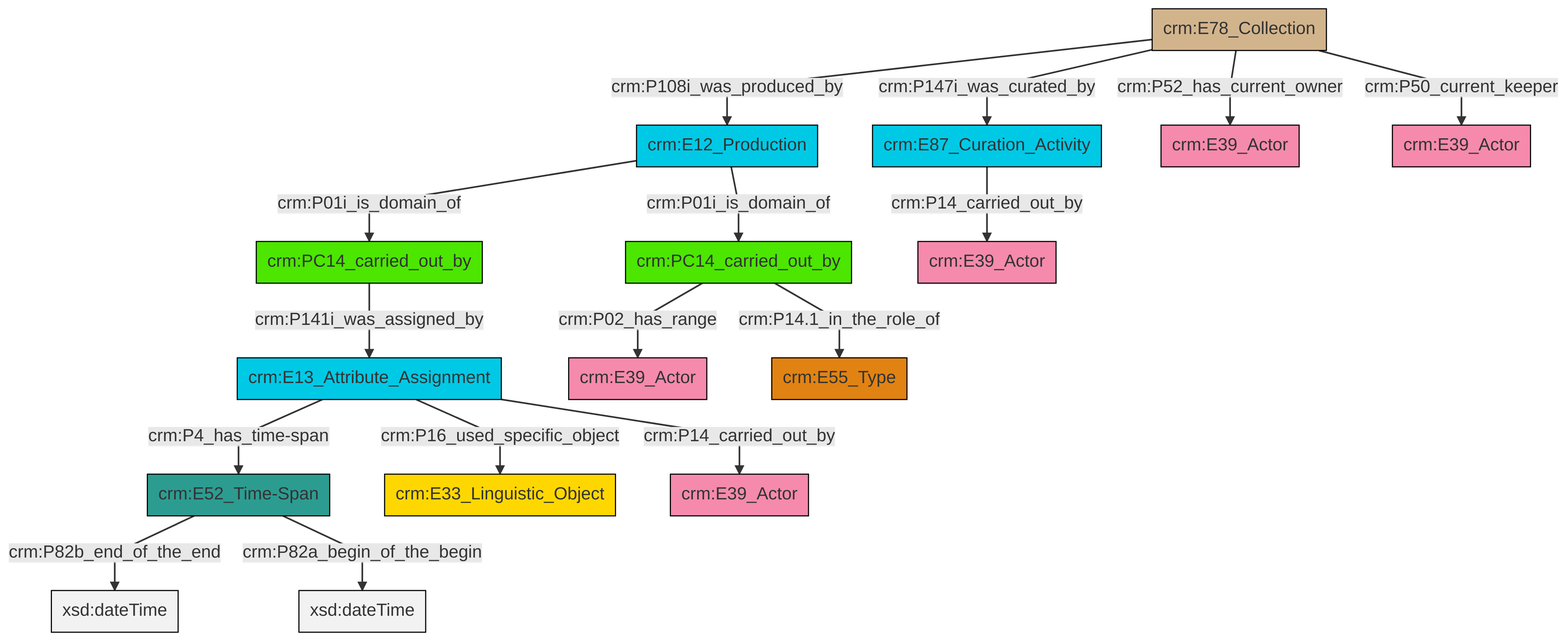
This is et/archivalCSV/ttl/mmd/png/archival_relation.png from swiss-art-research-net/docs.swissartresearch, a Mermaid export, as it was before one commit. Its source is kept beside it as et/archivalCSV/ttl/mmd/archival_relation.ttl.mmd.
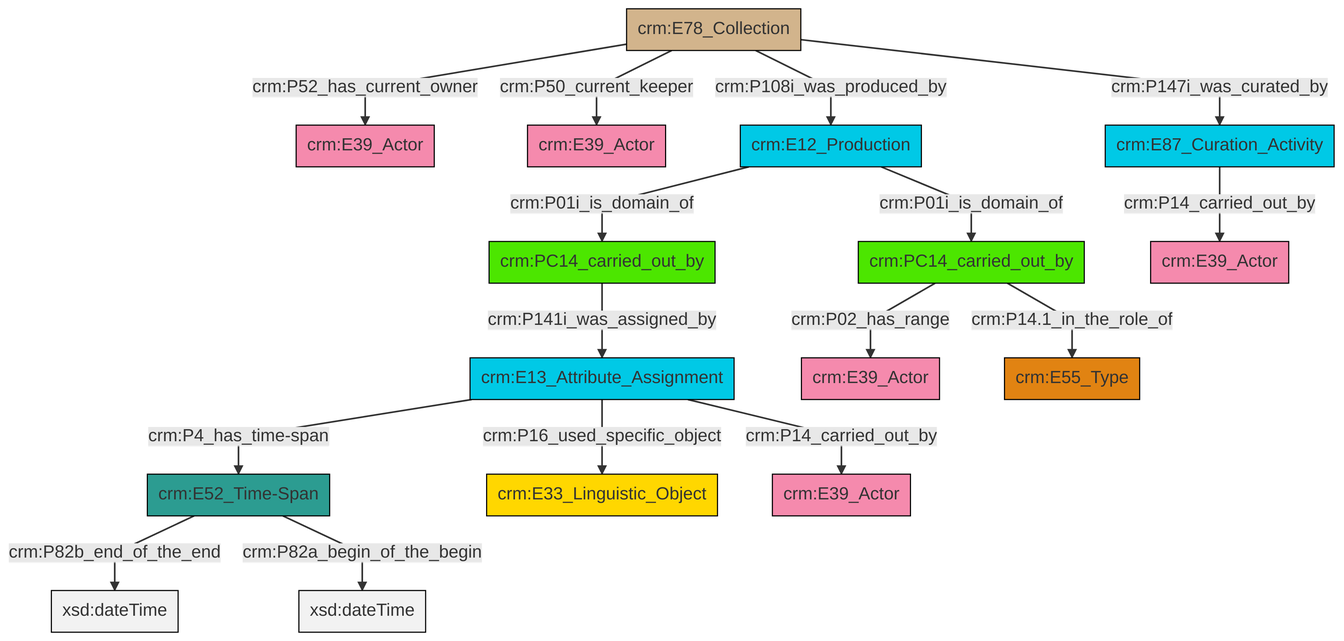
The same diagram one commit later.

Change to the diagram source:
```diff
@@ -13,18 +13,18 @@
 classDef PC_Classes fill:#4ce600, stroke:#000000;
 classDef Multi fill:#cccccc,stroke:#000000;
 
-2["crm:E78_Collection"]:::Physical_Thing -->|crm:P147i_was_curated_by| 4["crm:E87_Curation_Activity"]:::Temporal_Entity
-5["crm:E13_Attribute_Assignment"]:::Temporal_Entity -->|crm:P4_has_time-span| 6["crm:E52_Time-Span"]:::Time-Span
-9["crm:PC14_carried_out_by"]:::PC_Classes -->|crm:P02_has_range| 10["crm:E39_Actor"]:::Actor
-4["crm:E87_Curation_Activity"]:::Temporal_Entity -->|crm:P14_carried_out_by| 13["crm:E39_Actor"]:::Actor
-6["crm:E52_Time-Span"]:::Time-Span -->|crm:P82b_end_of_the_end| 15[xsd:dateTime]:::Literal
-2["crm:E78_Collection"]:::Physical_Thing -->|crm:P50_current_keeper| 19["crm:E39_Actor"]:::Actor
-5["crm:E13_Attribute_Assignment"]:::Temporal_Entity -->|crm:P16_used_specific_object| 7["crm:E33_Linguistic_Object"]:::Conceptual_Object
-2["crm:E78_Collection"]:::Physical_Thing -->|crm:P108i_was_produced_by| 0["crm:E12_Production"]:::Temporal_Entity
-2["crm:E78_Collection"]:::Physical_Thing -->|crm:P52_has_current_owner| 17["crm:E39_Actor"]:::Actor
-6["crm:E52_Time-Span"]:::Time-Span -->|crm:P82a_begin_of_the_begin| 25[xsd:dateTime]:::Literal
-5["crm:E13_Attribute_Assignment"]:::Temporal_Entity -->|crm:P14_carried_out_by| 23["crm:E39_Actor"]:::Actor
-9["crm:PC14_carried_out_by"]:::PC_Classes -->|crm:P14.1_in_the_role_of| 26["crm:E55_Type"]:::Type
-0["crm:E12_Production"]:::Temporal_Entity -->|crm:P01i_is_domain_of| 11["crm:PC14_carried_out_by"]:::PC_Classes
-0["crm:E12_Production"]:::Temporal_Entity -->|crm:P01i_is_domain_of| 9["crm:PC14_carried_out_by"]:::PC_Classes
-11["crm:PC14_carried_out_by"]:::PC_Classes -->|crm:P141i_was_assigned_by| 5["crm:E13_Attribute_Assignment"]:::Temporal_Entity
+0["crm:E13_Attribute_Assignment"]:::Temporal_Entity -->|crm:P4_has_time-span| 1["crm:E52_Time-Span"]:::Time-Span
+1["crm:E52_Time-Span"]:::Time-Span -->|crm:P82b_end_of_the_end| 2[xsd:dateTime]:::Literal
+3["crm:E78_Collection"]:::Physical_Thing -->|crm:P52_has_current_owner| 4["crm:E39_Actor"]:::Actor
+0["crm:E13_Attribute_Assignment"]:::Temporal_Entity -->|crm:P16_used_specific_object| 5["crm:E33_Linguistic_Object"]:::Conceptual_Object
+3["crm:E78_Collection"]:::Physical_Thing -->|crm:P50_current_keeper| 6["crm:E39_Actor"]:::Actor
+8["crm:E12_Production"]:::Temporal_Entity -->|crm:P01i_is_domain_of| 9["crm:PC14_carried_out_by"]:::PC_Classes
+3["crm:E78_Collection"]:::Physical_Thing -->|crm:P108i_was_produced_by| 8["crm:E12_Production"]:::Temporal_Entity
+9["crm:PC14_carried_out_by"]:::PC_Classes -->|crm:P02_has_range| 16["crm:E39_Actor"]:::Actor
+12["crm:PC14_carried_out_by"]:::PC_Classes -->|crm:P141i_was_assigned_by| 0["crm:E13_Attribute_Assignment"]:::Temporal_Entity
+8["crm:E12_Production"]:::Temporal_Entity -->|crm:P01i_is_domain_of| 12["crm:PC14_carried_out_by"]:::PC_Classes
+9["crm:PC14_carried_out_by"]:::PC_Classes -->|crm:P14.1_in_the_role_of| 18["crm:E55_Type"]:::Type
+23["crm:E87_Curation_Activity"]:::Temporal_Entity -->|crm:P14_carried_out_by| 21["crm:E39_Actor"]:::Actor
+1["crm:E52_Time-Span"]:::Time-Span -->|crm:P82a_begin_of_the_begin| 26[xsd:dateTime]:::Literal
+3["crm:E78_Collection"]:::Physical_Thing -->|crm:P147i_was_curated_by| 23["crm:E87_Curation_Activity"]:::Temporal_Entity
+0["crm:E13_Attribute_Assignment"]:::Temporal_Entity -->|crm:P14_carried_out_by| 10["crm:E39_Actor"]:::Actor
```
